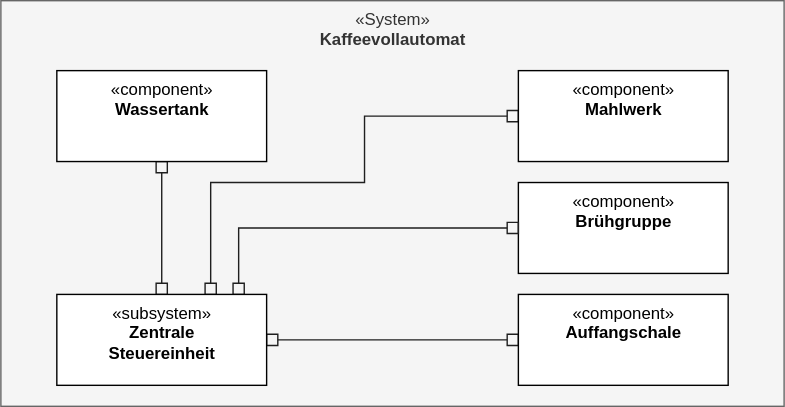
The draw.io diagram images/Komponentendiagramm-Beispiel.svg in HerrLoesch/UMLite, before a commit. Source tidied: cells renumbered, new cells last; positions are measured from the earlier drawing's top-left corner, leaving out a move shared by most shapes. Source of this version:
```xml
<mxGraphModel>
  <root>
    <mxCell id="0" />
    <mxCell id="1" parent="0" />
    <mxCell id="2" value="«System»&lt;br&gt;&lt;b&gt;Kaffeevollautomat&lt;/b&gt;" style="html=1;verticalAlign=top;fillColor=#f5f5f5;strokeColor=#666666;fontColor=#333333;" parent="1" vertex="1">
      <mxGeometry width="560" height="290" as="geometry" />
    </mxCell>
    <mxCell id="3" value="«component»&lt;br&gt;&lt;b&gt;Brühgruppe&lt;/b&gt;" style="html=1;verticalAlign=top;" parent="1" vertex="1">
      <mxGeometry x="370" y="130" width="150" height="65" as="geometry" />
    </mxCell>
    <mxCell id="4" style="edgeStyle=orthogonalEdgeStyle;rounded=0;jettySize=auto;html=1;startArrow=box;startFill=0;endArrow=box;endFill=0;strokeColor=#1F1F1F;" parent="1" edge="1" source="8" target="10">
      <mxGeometry relative="1" as="geometry" />
    </mxCell>
    <mxCell id="5" style="edgeStyle=orthogonalEdgeStyle;rounded=0;jettySize=auto;html=1;startArrow=box;startFill=0;endArrow=box;endFill=0;strokeColor=#1F1F1F;" parent="1" edge="1" source="8" target="9">
      <mxGeometry relative="1" as="geometry" />
    </mxCell>
    <mxCell id="6" style="edgeStyle=orthogonalEdgeStyle;rounded=0;jettySize=auto;html=1;entryX=0;entryY=0.5;entryDx=0;entryDy=0;startArrow=box;startFill=0;endArrow=box;endFill=0;strokeColor=#1F1F1F;" parent="1" edge="1" source="8" target="3">
      <mxGeometry relative="1" as="geometry">
        <Array as="points">
          <mxPoint x="170" y="163" />
        </Array>
      </mxGeometry>
    </mxCell>
    <mxCell id="7" style="edgeStyle=orthogonalEdgeStyle;rounded=0;jettySize=auto;html=1;entryX=0;entryY=0.5;entryDx=0;entryDy=0;startArrow=box;startFill=0;endArrow=box;endFill=0;strokeColor=#1F1F1F;" parent="1" edge="1" source="8" target="11">
      <mxGeometry relative="1" as="geometry">
        <Array as="points">
          <mxPoint x="150" y="130" />
          <mxPoint x="260" y="130" />
          <mxPoint x="260" y="83" />
        </Array>
      </mxGeometry>
    </mxCell>
    <mxCell id="8" value="«subsystem»&lt;b&gt;&lt;br&gt;Zentrale &lt;br&gt;Steuereinheit&lt;/b&gt;" style="html=1;verticalAlign=top;" parent="1" vertex="1">
      <mxGeometry x="40" y="210" width="150" height="65" as="geometry" />
    </mxCell>
    <mxCell id="9" value="«component»&lt;br&gt;&lt;b&gt;Auffangschale&lt;/b&gt;" style="html=1;verticalAlign=top;" parent="1" vertex="1">
      <mxGeometry x="370" y="210" width="150" height="65" as="geometry" />
    </mxCell>
    <mxCell id="10" value="«component»&lt;b&gt;&lt;br&gt;Wassertank&lt;/b&gt;" style="html=1;verticalAlign=top;" parent="1" vertex="1">
      <mxGeometry x="40" y="50" width="150" height="65" as="geometry" />
    </mxCell>
    <mxCell id="11" value="«component»&lt;b&gt;&lt;br&gt;Mahlwerk&lt;/b&gt;" style="html=1;verticalAlign=top;" parent="1" vertex="1">
      <mxGeometry x="370" y="50" width="150" height="65" as="geometry" />
    </mxCell>
  </root>
</mxGraphModel>
```
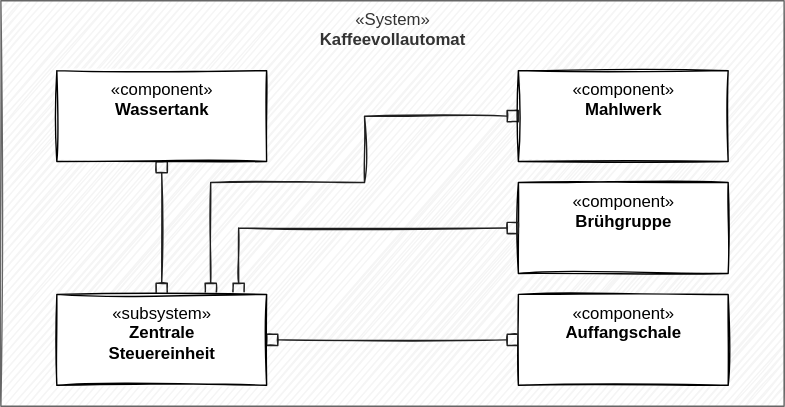
The same file after the commit.

Commit message:
Komponentendiagramm auf Skizze umgestellt

Change to the diagram source:
```diff
@@ -2,26 +2,26 @@
   <root>
     <mxCell id="0" />
     <mxCell id="1" parent="0" />
-    <mxCell id="2" value="«System»&lt;br&gt;&lt;b&gt;Kaffeevollautomat&lt;/b&gt;" style="html=1;verticalAlign=top;fillColor=#f5f5f5;strokeColor=#666666;fontColor=#333333;" parent="1" vertex="1">
+    <mxCell id="2" value="«System»&lt;br&gt;&lt;b&gt;Kaffeevollautomat&lt;/b&gt;" style="html=1;verticalAlign=top;fillColor=#f5f5f5;strokeColor=#666666;fontColor=#333333;sketch=1;" parent="1" vertex="1">
       <mxGeometry width="560" height="290" as="geometry" />
     </mxCell>
-    <mxCell id="3" value="«component»&lt;br&gt;&lt;b&gt;Brühgruppe&lt;/b&gt;" style="html=1;verticalAlign=top;" parent="1" vertex="1">
+    <mxCell id="3" value="«component»&lt;br&gt;&lt;b&gt;Brühgruppe&lt;/b&gt;" style="html=1;verticalAlign=top;sketch=1;" parent="1" vertex="1">
       <mxGeometry x="370" y="130" width="150" height="65" as="geometry" />
     </mxCell>
-    <mxCell id="4" style="edgeStyle=orthogonalEdgeStyle;rounded=0;jettySize=auto;html=1;startArrow=box;startFill=0;endArrow=box;endFill=0;strokeColor=#1F1F1F;" parent="1" edge="1" source="8" target="10">
+    <mxCell id="4" style="edgeStyle=orthogonalEdgeStyle;rounded=0;jettySize=auto;html=1;startArrow=box;startFill=0;endArrow=box;endFill=0;strokeColor=#1F1F1F;sketch=1;" parent="1" edge="1" source="8" target="10">
       <mxGeometry relative="1" as="geometry" />
     </mxCell>
-    <mxCell id="5" style="edgeStyle=orthogonalEdgeStyle;rounded=0;jettySize=auto;html=1;startArrow=box;startFill=0;endArrow=box;endFill=0;strokeColor=#1F1F1F;" parent="1" edge="1" source="8" target="9">
+    <mxCell id="5" style="edgeStyle=orthogonalEdgeStyle;rounded=0;jettySize=auto;html=1;startArrow=box;startFill=0;endArrow=box;endFill=0;strokeColor=#1F1F1F;sketch=1;" parent="1" edge="1" source="8" target="9">
       <mxGeometry relative="1" as="geometry" />
     </mxCell>
-    <mxCell id="6" style="edgeStyle=orthogonalEdgeStyle;rounded=0;jettySize=auto;html=1;entryX=0;entryY=0.5;entryDx=0;entryDy=0;startArrow=box;startFill=0;endArrow=box;endFill=0;strokeColor=#1F1F1F;" parent="1" edge="1" source="8" target="3">
+    <mxCell id="6" style="edgeStyle=orthogonalEdgeStyle;rounded=0;jettySize=auto;html=1;entryX=0;entryY=0.5;entryDx=0;entryDy=0;startArrow=box;startFill=0;endArrow=box;endFill=0;strokeColor=#1F1F1F;sketch=1;" parent="1" edge="1" source="8" target="3">
       <mxGeometry relative="1" as="geometry">
         <Array as="points">
           <mxPoint x="170" y="163" />
         </Array>
       </mxGeometry>
     </mxCell>
-    <mxCell id="7" style="edgeStyle=orthogonalEdgeStyle;rounded=0;jettySize=auto;html=1;entryX=0;entryY=0.5;entryDx=0;entryDy=0;startArrow=box;startFill=0;endArrow=box;endFill=0;strokeColor=#1F1F1F;" parent="1" edge="1" source="8" target="11">
+    <mxCell id="7" style="edgeStyle=orthogonalEdgeStyle;rounded=0;jettySize=auto;html=1;entryX=0;entryY=0.5;entryDx=0;entryDy=0;startArrow=box;startFill=0;endArrow=box;endFill=0;strokeColor=#1F1F1F;sketch=1;" parent="1" edge="1" source="8" target="11">
       <mxGeometry relative="1" as="geometry">
         <Array as="points">
           <mxPoint x="150" y="130" />
@@ -30,16 +30,16 @@
         </Array>
       </mxGeometry>
     </mxCell>
-    <mxCell id="8" value="«subsystem»&lt;b&gt;&lt;br&gt;Zentrale &lt;br&gt;Steuereinheit&lt;/b&gt;" style="html=1;verticalAlign=top;" parent="1" vertex="1">
+    <mxCell id="8" value="«subsystem»&lt;b&gt;&lt;br&gt;Zentrale &lt;br&gt;Steuereinheit&lt;/b&gt;" style="html=1;verticalAlign=top;sketch=1;" parent="1" vertex="1">
       <mxGeometry x="40" y="210" width="150" height="65" as="geometry" />
     </mxCell>
-    <mxCell id="9" value="«component»&lt;br&gt;&lt;b&gt;Auffangschale&lt;/b&gt;" style="html=1;verticalAlign=top;" parent="1" vertex="1">
+    <mxCell id="9" value="«component»&lt;br&gt;&lt;b&gt;Auffangschale&lt;/b&gt;" style="html=1;verticalAlign=top;sketch=1;" parent="1" vertex="1">
       <mxGeometry x="370" y="210" width="150" height="65" as="geometry" />
     </mxCell>
-    <mxCell id="10" value="«component»&lt;b&gt;&lt;br&gt;Wassertank&lt;/b&gt;" style="html=1;verticalAlign=top;" parent="1" vertex="1">
+    <mxCell id="10" value="«component»&lt;b&gt;&lt;br&gt;Wassertank&lt;/b&gt;" style="html=1;verticalAlign=top;sketch=1;" parent="1" vertex="1">
       <mxGeometry x="40" y="50" width="150" height="65" as="geometry" />
     </mxCell>
-    <mxCell id="11" value="«component»&lt;b&gt;&lt;br&gt;Mahlwerk&lt;/b&gt;" style="html=1;verticalAlign=top;" parent="1" vertex="1">
+    <mxCell id="11" value="«component»&lt;b&gt;&lt;br&gt;Mahlwerk&lt;/b&gt;" style="html=1;verticalAlign=top;sketch=1;" parent="1" vertex="1">
       <mxGeometry x="370" y="50" width="150" height="65" as="geometry" />
     </mxCell>
   </root>
```
